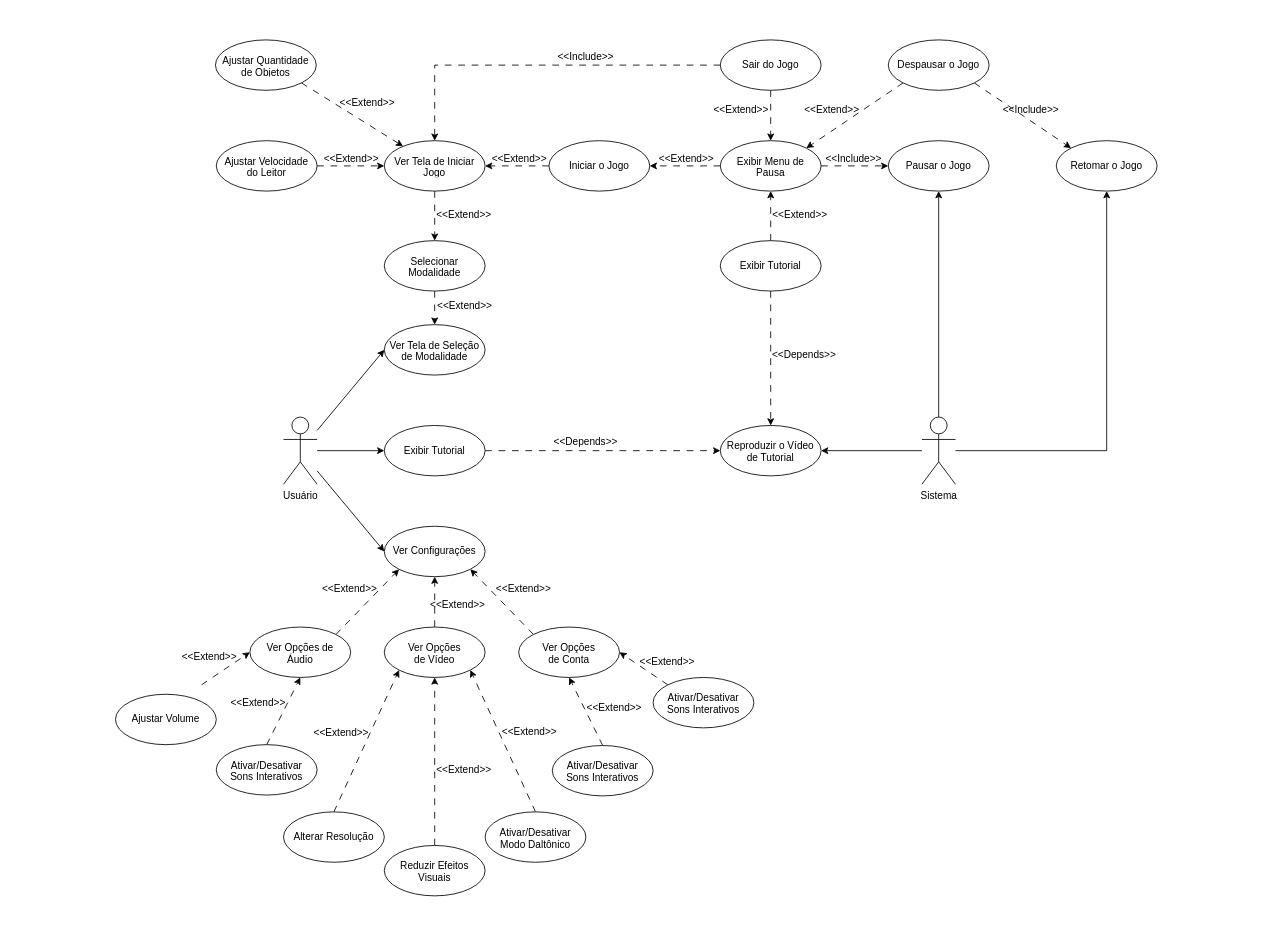
Earlier version of the draw.io diagram Diagrama de Casos de Uso Versão 2.drawio (RaphaelYoshiki/TCC-Jogo-Auxilio-Dislexia). Source tidied: cells renumbered, new cells numbered last; positions are measured from the earlier drawing's top-left corner, leaving out a move shared by most shapes. Both pictures are drawn from the tidied source at 84%, with x=0, y=0 at pixel (115, 39).
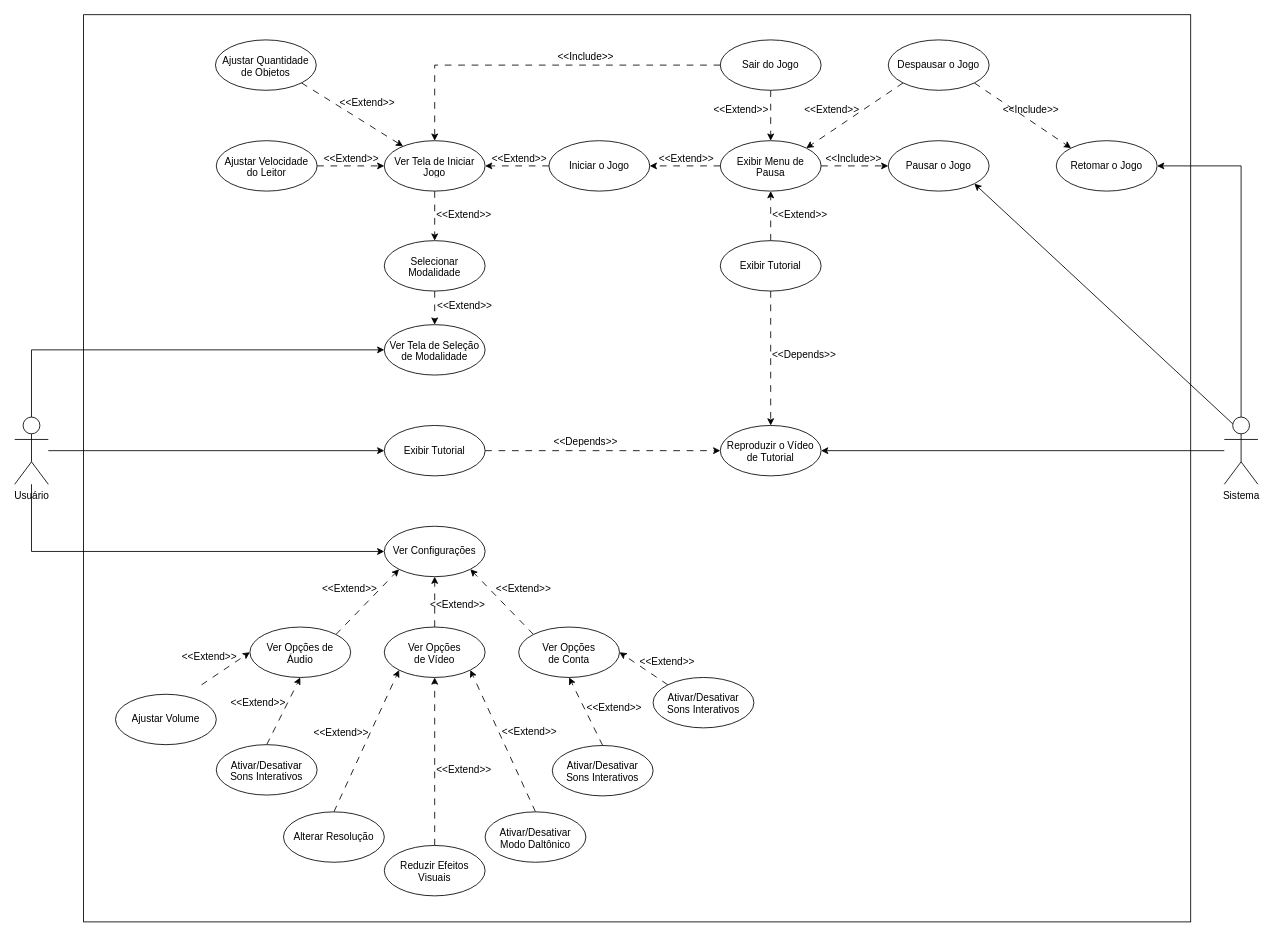
The same diagram, later.

Unchanged cells that the change refers to:
```xml
<mxCell id="6" style="ellipse;whiteSpace=wrap;html=1;" parent="1" vertex="1">
  <mxGeometry x="320" y="339" width="120" height="60" as="geometry" />
</mxCell>
<mxCell id="14" style="ellipse;whiteSpace=wrap;html=1;" parent="1" vertex="1">
  <mxGeometry x="320" y="579" width="120" height="60" as="geometry" />
</mxCell>
<mxCell id="58" value="Reproduzir o Vídeo de Tutorial" style="text;strokeColor=none;fillColor=none;align=center;verticalAlign=middle;spacingLeft=4;spacingRight=4;overflow=hidden;points=[[0,0.5],[1,0.5]];portConstraint=eastwest;whiteSpace=wrap;html=1;" parent="1" vertex="1">
  <mxGeometry x="720" y="474" width="120" height="30" as="geometry" />
</mxCell>
<mxCell id="80" style="ellipse;whiteSpace=wrap;html=1;" parent="1" vertex="1">
  <mxGeometry x="920" y="120" width="120" height="60" as="geometry" />
</mxCell>
<mxCell id="94" style="ellipse;whiteSpace=wrap;html=1;" parent="1" vertex="1">
  <mxGeometry x="1120" y="120" width="120" height="60" as="geometry" />
</mxCell>
<mxCell id="95" value="Retomar o Jogo" style="text;strokeColor=none;fillColor=none;align=center;verticalAlign=middle;spacingLeft=4;spacingRight=4;overflow=hidden;points=[[0,0.5],[1,0.5]];portConstraint=eastwest;whiteSpace=wrap;html=1;" parent="1" vertex="1">
  <mxGeometry x="1120" y="135" width="120" height="30" as="geometry" />
</mxCell>
```

Change to the diagram source:
```diff
@@
-    <mxCell id="2" style="rounded=0;jettySize=auto;html=1;entryX=0;entryY=0.5;entryDx=0;entryDy=0;" parent="1" edge="1" source="5" target="14">
-      <mxGeometry relative="1" as="geometry" />
+    <mxCell id="2" style="rounded=0;jettySize=auto;html=1;entryX=0;entryY=0.5;entryDx=0;entryDy=0;edgeStyle=orthogonalEdgeStyle;" parent="1" edge="1" source="5" target="14">
+      <mxGeometry relative="1" as="geometry">
+        <Array as="points">
+          <mxPoint x="-100" y="609" />
+        </Array>
+      </mxGeometry>
     </mxCell>
@@
-    <mxCell id="4" style="rounded=0;jettySize=auto;html=1;entryX=0;entryY=0.5;entryDx=0;entryDy=0;" parent="1" edge="1" source="5" target="6">
-      <mxGeometry relative="1" as="geometry" />
+    <mxCell id="4" style="rounded=0;jettySize=auto;html=1;entryX=0;entryY=0.5;entryDx=0;entryDy=0;edgeStyle=orthogonalEdgeStyle;" parent="1" edge="1" source="5" target="6">
+      <mxGeometry relative="1" as="geometry">
+        <Array as="points">
+          <mxPoint x="-100" y="369" />
+        </Array>
+      </mxGeometry>
     </mxCell>
     <mxCell id="5" value="Usuário" style="shape=umlActor;verticalLabelPosition=bottom;verticalAlign=top;html=1;outlineConnect=0;" parent="1" vertex="1">
-      <mxGeometry x="200" y="449" width="40" height="80" as="geometry" />
+      <mxGeometry x="-120" y="449" width="40" height="80" as="geometry" />
     </mxCell>
@@
-    <mxCell id="53" style="rounded=0;jettySize=auto;html=1;entryX=1;entryY=0.5;entryDx=0;entryDy=0;" parent="1" edge="1" target="58">
-      <mxGeometry relative="1" as="geometry">
-        <mxPoint x="960" y="489" as="sourcePoint" />
-      </mxGeometry>
+    <mxCell id="53" style="rounded=0;jettySize=auto;html=1;entryX=1;entryY=0.5;entryDx=0;entryDy=0;" parent="1" edge="1" source="56" target="58">
+      <mxGeometry relative="1" as="geometry" />
     </mxCell>
-    <mxCell id="54" style="rounded=0;jettySize=auto;html=1;exitX=0.5;exitY=0;exitDx=0;exitDy=0;exitPerimeter=0;entryX=0.5;entryY=1;entryDx=0;entryDy=0;" parent="1" edge="1" source="56" target="80">
+    <mxCell id="54" style="rounded=0;jettySize=auto;html=1;exitX=0.25;exitY=0.1;exitDx=0;exitDy=0;exitPerimeter=0;entryX=1;entryY=1;entryDx=0;entryDy=0;" parent="1" edge="1" source="56" target="80">
       <mxGeometry relative="1" as="geometry" />
     </mxCell>
-    <mxCell id="55" style="edgeStyle=orthogonalEdgeStyle;rounded=0;jettySize=auto;html=1;entryX=0.5;entryY=1;entryDx=0;entryDy=0;" parent="1" edge="1" source="56" target="94">
-      <mxGeometry relative="1" as="geometry" />
+    <mxCell id="55" style="edgeStyle=orthogonalEdgeStyle;rounded=0;jettySize=auto;html=1;entryX=1;entryY=0.5;entryDx=0;entryDy=0;exitX=0.5;exitY=0;exitDx=0;exitDy=0;exitPerimeter=0;" parent="1" edge="1" source="56" target="95">
+      <mxGeometry relative="1" as="geometry">
+        <Array as="points">
+          <mxPoint x="1340" y="150" />
+        </Array>
+      </mxGeometry>
     </mxCell>
     <mxCell id="56" value="Sistema" style="shape=umlActor;verticalLabelPosition=bottom;verticalAlign=top;html=1;outlineConnect=0;" parent="1" vertex="1">
-      <mxGeometry x="960" y="449" width="40" height="80" as="geometry" />
+      <mxGeometry x="1320" y="449" width="40" height="80" as="geometry" />
     </mxCell>
@@
+    <mxCell id="108" style="rounded=0;whiteSpace=wrap;html=1;fillColor=none;" parent="1" vertex="1">
+      <mxGeometry x="-38" y="-30" width="1318" height="1080" as="geometry" />
+    </mxCell>
```
